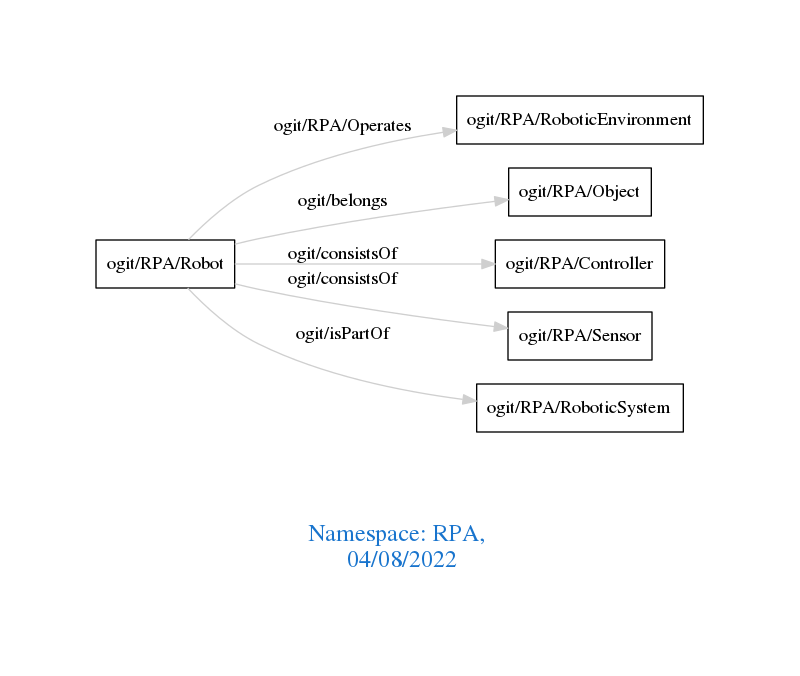
Above: downloads/RPA.png in arago/OGIT (Graphviz), before the change. Its source is kept beside it as downloads/RPA.dot. The source it was exported from:
```dot
digraph OGIT_ontology {
 graph [ rankdir= LR,pad=1
fontsize = 18,
fontcolor= dodgerblue3,label = "\n\n\nNamespace: RPA, \n 04/08/2022"];
node[shape=polygon];
edge [  color="gray81"];

   "ogit/RPA/Robot" -> "ogit/RPA/RoboticEnvironment" [label="   ogit/RPA/Operates    "];
   "ogit/RPA/Robot" -> "ogit/RPA/Object" [label="   ogit/belongs    "];
   "ogit/RPA/Robot" -> "ogit/RPA/Controller" [label="   ogit/consistsOf    "];
   "ogit/RPA/Robot" -> "ogit/RPA/Sensor" [label="   ogit/consistsOf    "];
   "ogit/RPA/Robot" -> "ogit/RPA/RoboticSystem" [label="   ogit/isPartOf    "];
}
```
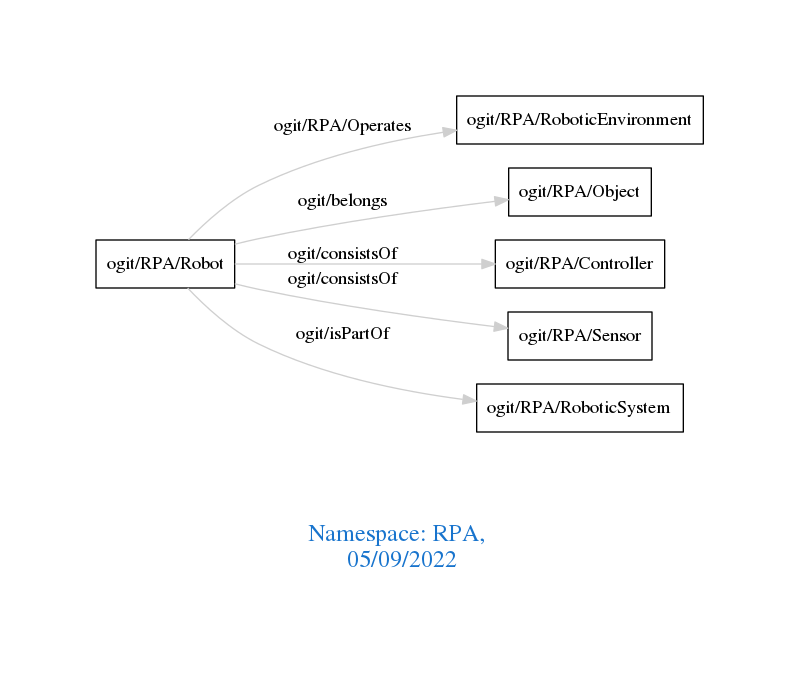
The same file after the commit.

What changed in the source:
```diff
@@ -1,7 +1,7 @@
 digraph OGIT_ontology {
  graph [ rankdir= LR,pad=1
 fontsize = 18,
-fontcolor= dodgerblue3,label = "\n\n\nNamespace: RPA, \n 04/08/2022"];
+fontcolor= dodgerblue3,label = "\n\n\nNamespace: RPA, \n 05/09/2022"];
 node[shape=polygon];
 edge [  color="gray81"];
 
```
